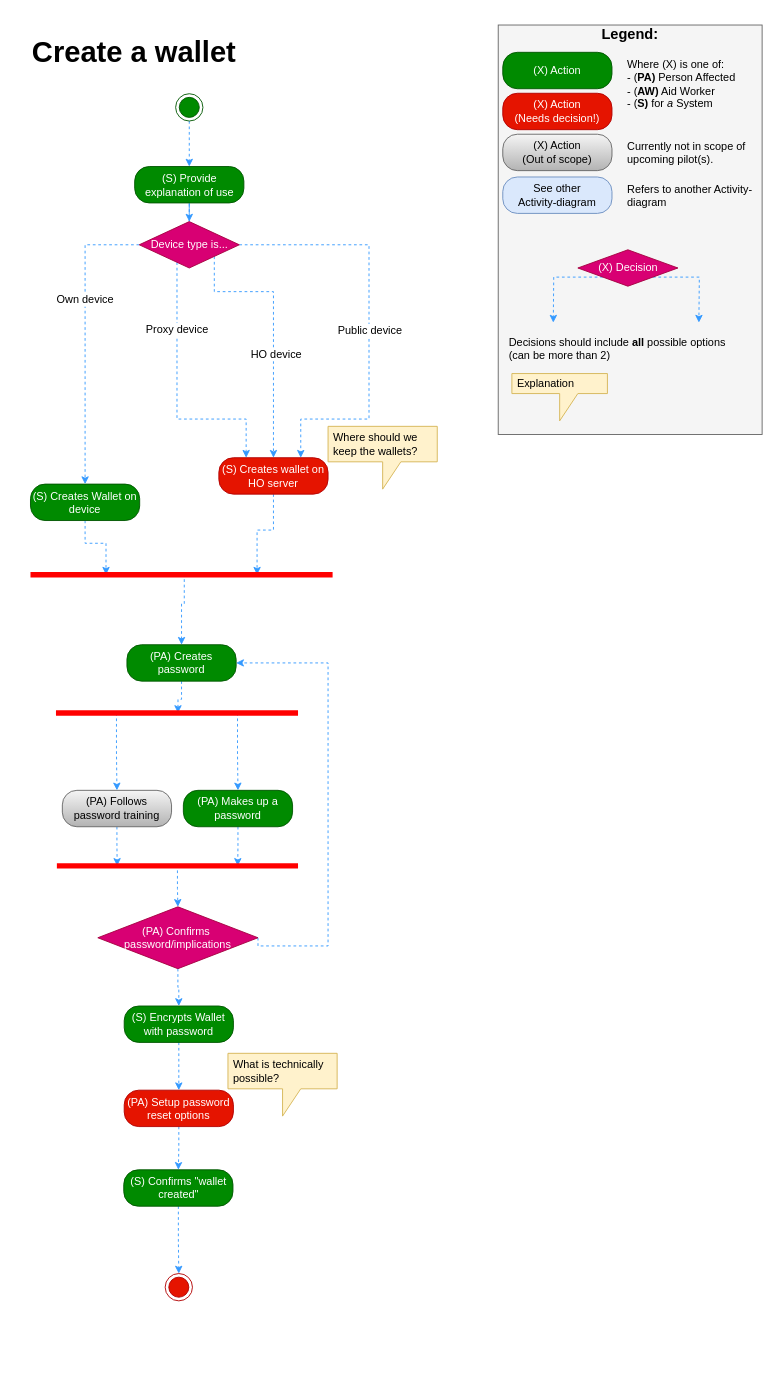
Before: Activity Diagrams/Create a wallet activity.drawio in nsward/diagrams, a draw.io diagram. Source tidied: cells renumbered, new cells numbered last; positions are measured from the earlier drawing's top-left corner, leaving out a move shared by most shapes. Both pictures are drawn from the tidied source at 91%, with x=0, y=0 at pixel (15, 15).
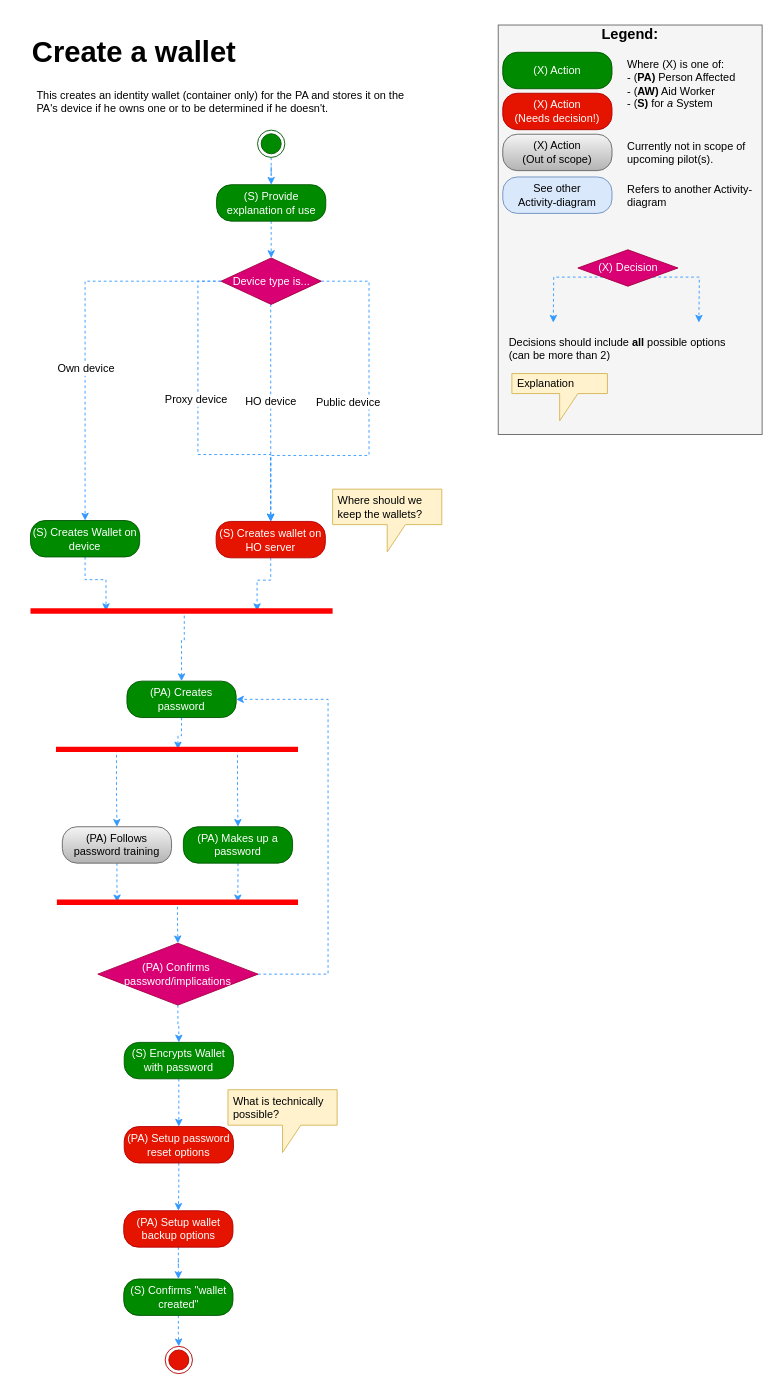
The same page after the edit.

Commit message:
Add wallet backup step

Diff of the diagram source:
```diff
@@
     <mxCell id="3" style="ellipse;html=1;shape=endState;fillColor=#008a00;strokeColor=#005700;fontColor=#ffffff;" parent="1" vertex="1">
-      <mxGeometry x="175.5" y="85.5" width="30" height="30" as="geometry" />
+      <mxGeometry x="265.5" y="125.5" width="30" height="30" as="geometry" />
     </mxCell>
-    <mxCell id="4" style="edgeStyle=orthogonalEdgeStyle;rounded=0;jettySize=auto;html=1;dashed=1;strokeColor=#3399FF;entryX=0.5;entryY=0;entryDx=0;entryDy=0;" parent="1" edge="1" source="5" target="35">
-      <mxGeometry relative="1" as="geometry" />
+    <mxCell id="4" style="edgeStyle=orthogonalEdgeStyle;rounded=0;jettySize=auto;html=1;dashed=1;strokeColor=#3399FF;entryX=0.5;entryY=0;entryDx=0;entryDy=0;exitX=0.5;exitY=1;exitDx=0;exitDy=0;" parent="1" edge="1" source="5" target="35">
+      <mxGeometry relative="1" as="geometry">
+        <Array as="points">
+          <mxPoint x="281" y="240" />
+          <mxPoint x="281" y="240" />
+        </Array>
+      </mxGeometry>
     </mxCell>
     <mxCell id="5" value="(S) Provide explanation of use" style="rounded=1;whiteSpace=wrap;html=1;arcSize=40;fillColor=#008a00;strokeColor=#005700;fontColor=#ffffff;" parent="1" vertex="1">
-      <mxGeometry x="130.5" y="165.5" width="120" height="40" as="geometry" />
+      <mxGeometry x="220.5" y="185.5" width="120" height="40" as="geometry" />
     </mxCell>
@@
     <mxCell id="7" value="(S) Creates Wallet on device&lt;br&gt;" style="rounded=1;whiteSpace=wrap;html=1;arcSize=40;fillColor=#008a00;strokeColor=#005700;fontColor=#ffffff;" parent="1" vertex="1">
-      <mxGeometry x="16" y="514.5" width="120" height="40" as="geometry" />
+      <mxGeometry x="16" y="554.5" width="120" height="40" as="geometry" />
     </mxCell>
@@
     <mxCell id="9" value="(PA) Creates password" style="rounded=1;whiteSpace=wrap;html=1;arcSize=40;fillColor=#008a00;strokeColor=#005700;fontColor=#ffffff;" parent="1" vertex="1">
-      <mxGeometry x="122" y="691" width="120" height="40" as="geometry" />
+      <mxGeometry x="122" y="731" width="120" height="40" as="geometry" />
     </mxCell>
     <mxCell id="10" style="ellipse;html=1;shape=endState;fillColor=#e51400;strokeColor=#B20000;fontColor=#ffffff;" parent="1" vertex="1">
-      <mxGeometry x="164" y="1382" width="30" height="30" as="geometry" />
+      <mxGeometry x="164" y="1462" width="30" height="30" as="geometry" />
     </mxCell>
@@
     <mxCell id="13" style="shape=line;html=1;strokeWidth=6;strokeColor=#ff0000;fillColor=#008a00;fontColor=#ffffff;" parent="1" vertex="1">
-      <mxGeometry x="44" y="761" width="266" height="10" as="geometry" />
+      <mxGeometry x="44" y="801" width="266" height="10" as="geometry" />
     </mxCell>
@@
     <mxCell id="15" value="(PA) Follows password training" style="rounded=1;whiteSpace=wrap;html=1;arcSize=40;fillColor=#f5f5f5;strokeColor=#666666;gradientColor=#b3b3b3;" parent="1" vertex="1">
-      <mxGeometry x="51" y="851" width="120" height="40" as="geometry" />
+      <mxGeometry x="51" y="891" width="120" height="40" as="geometry" />
     </mxCell>
@@
     <mxCell id="17" value="(PA) Makes up a password" style="rounded=1;whiteSpace=wrap;html=1;arcSize=40;fillColor=#008a00;strokeColor=#005700;fontColor=#ffffff;" parent="1" vertex="1">
-      <mxGeometry x="184" y="851" width="120" height="40" as="geometry" />
+      <mxGeometry x="184" y="891" width="120" height="40" as="geometry" />
     </mxCell>
@@
     <mxCell id="19" style="shape=line;html=1;strokeWidth=6;strokeColor=#ff0000;" parent="1" vertex="1">
-      <mxGeometry x="45" y="929" width="265" height="10" as="geometry" />
+      <mxGeometry x="45" y="969" width="265" height="10" as="geometry" />
     </mxCell>
@@
     <mxCell id="21" value="(S) Encrypts Wallet with password&lt;br&gt;" style="rounded=1;whiteSpace=wrap;html=1;arcSize=40;fillColor=#008a00;strokeColor=#005700;fontColor=#ffffff;" parent="1" vertex="1">
-      <mxGeometry x="119" y="1088" width="120" height="40" as="geometry" />
+      <mxGeometry x="119" y="1128" width="120" height="40" as="geometry" />
     </mxCell>
@@
     <mxCell id="23" value="(S) Confirms &quot;wallet created&quot;&lt;br&gt;" style="rounded=1;whiteSpace=wrap;html=1;arcSize=40;fillColor=#008a00;strokeColor=#005700;fontColor=#ffffff;" parent="1" vertex="1">
-      <mxGeometry x="118.5" y="1268" width="120" height="40" as="geometry" />
+      <mxGeometry x="118.5" y="1388" width="120" height="40" as="geometry" />
     </mxCell>
@@
     <mxCell id="25" style="edgeStyle=orthogonalEdgeStyle;rounded=0;jettySize=auto;html=1;exitX=1;exitY=0.5;exitDx=0;exitDy=0;entryX=1;entryY=0.5;entryDx=0;entryDy=0;dashed=1;strokeColor=#3399FF;fontColor=#000000;" parent="1" edge="1" source="26" target="9">
       <mxGeometry relative="1" as="geometry">
         <Array as="points">
-          <mxPoint x="343" y="1022" />
-          <mxPoint x="343" y="711" />
+          <mxPoint x="343" y="1053" />
+          <mxPoint x="343" y="751" />
         </Array>
       </mxGeometry>
     </mxCell>
     <mxCell id="26" value="(PA) Confirms&amp;nbsp; password/implications" style="rhombus;whiteSpace=wrap;html=1;fillColor=#d80073;strokeColor=#A50040;fontColor=#ffffff;" parent="1" vertex="1">
-      <mxGeometry x="90" y="979" width="176" height="68" as="geometry" />
+      <mxGeometry x="90" y="1019" width="176" height="68" as="geometry" />
     </mxCell>
-    <mxCell id="27" style="edgeStyle=orthogonalEdgeStyle;rounded=0;jettySize=auto;html=1;exitX=1;exitY=1;exitDx=0;exitDy=0;entryX=0.5;entryY=0;entryDx=0;entryDy=0;dashed=1;strokeColor=#3399FF;fontColor=#000000;" parent="1" edge="1" source="35" target="37">
-      <mxGeometry relative="1" as="geometry">
-        <Array as="points">
-          <mxPoint x="218" y="303" />
-          <mxPoint x="283" y="303" />
-        </Array>
-      </mxGeometry>
-    </mxCell>
-    <mxCell id="28" value="HO device" style="text;html=1;align=center;verticalAlign=middle;labelBackgroundColor=#ffffff;" parent="27" vertex="1">
-      <mxGeometry x="0.08" y="-18" relative="1" as="geometry">
-        <mxPoint x="20" y="17" as="offset" />
-      </mxGeometry>
-    </mxCell>
-    <mxCell id="29" style="edgeStyle=orthogonalEdgeStyle;rounded=0;jettySize=auto;html=1;entryX=0.25;entryY=0;entryDx=0;entryDy=0;dashed=1;strokeColor=#3399FF;fontColor=#000000;" parent="1" edge="1" source="35" target="37">
-      <mxGeometry relative="1" as="geometry">
-        <Array as="points">
-          <mxPoint x="177" y="443" />
-          <mxPoint x="253" y="443" />
-        </Array>
-      </mxGeometry>
-    </mxCell>
-    <mxCell id="30" value="Proxy device" style="text;html=1;align=center;verticalAlign=middle;labelBackgroundColor=#ffffff;" parent="29" vertex="1">
-      <mxGeometry x="-0.49" y="-1" relative="1" as="geometry" />
-    </mxCell>
     <mxCell id="31" style="edgeStyle=orthogonalEdgeStyle;rounded=0;jettySize=auto;html=1;exitX=0;exitY=0.5;exitDx=0;exitDy=0;entryX=0.5;entryY=0;entryDx=0;entryDy=0;dashed=1;strokeColor=#3399FF;fontColor=#000000;" parent="1" edge="1" source="35" target="7">
       <mxGeometry relative="1" as="geometry">
         <Array as="points">
-          <mxPoint x="76" y="252" />
+          <mxPoint x="76" y="292" />
         </Array>
       </mxGeometry>
     </mxCell>
     <mxCell id="32" value="Own device" style="text;html=1;align=center;verticalAlign=middle;labelBackgroundColor=#ffffff;" parent="31" vertex="1">
-      <mxGeometry x="-0.26" y="-1" relative="1" as="geometry" />
+      <mxGeometry x="-0.26" y="-1" relative="1" as="geometry">
+        <mxPoint x="1" y="92" as="offset" />
+      </mxGeometry>
     </mxCell>
-    <mxCell id="33" style="edgeStyle=orthogonalEdgeStyle;rounded=0;jettySize=auto;html=1;entryX=0.75;entryY=0;entryDx=0;entryDy=0;dashed=1;strokeColor=#3399FF;exitX=1;exitY=0.5;exitDx=0;exitDy=0;" parent="1" edge="1" source="35" target="37">
+    <mxCell id="33" style="edgeStyle=orthogonalEdgeStyle;rounded=0;jettySize=auto;html=1;entryX=0.5;entryY=0;entryDx=0;entryDy=0;dashed=1;strokeColor=#3399FF;exitX=1;exitY=0.5;exitDx=0;exitDy=0;" parent="1" edge="1" source="35" target="37">
       <mxGeometry relative="1" as="geometry">
         <Array as="points">
-          <mxPoint x="388" y="252" />
-          <mxPoint x="388" y="443" />
-          <mxPoint x="313" y="443" />
+          <mxPoint x="388" y="292" />
+          <mxPoint x="388" y="483" />
+          <mxPoint x="280" y="483" />
         </Array>
       </mxGeometry>
     </mxCell>
     <mxCell id="34" value="Public device" style="text;html=1;align=center;verticalAlign=middle;labelBackgroundColor=#ffffff;" parent="33" vertex="1">
       <mxGeometry x="0.58" y="-18" relative="1" as="geometry">
-        <mxPoint x="23.5" y="-80" as="offset" />
+        <mxPoint x="67.5" y="-40.5" as="offset" />
       </mxGeometry>
     </mxCell>
+    <mxCell id="59" style="edgeStyle=orthogonalEdgeStyle;rounded=0;jettySize=auto;html=1;entryX=0.5;entryY=0;entryDx=0;entryDy=0;dashed=1;strokeColor=#3399FF;" parent="1" edge="1" source="35" target="37">
+      <mxGeometry relative="1" as="geometry">
+        <Array as="points">
+          <mxPoint x="280" y="421" />
+        </Array>
+      </mxGeometry>
+    </mxCell>
+    <mxCell id="28" value="HO device" style="text;html=1;align=center;verticalAlign=middle;labelBackgroundColor=#ffffff;" parent="59" vertex="1">
+      <mxGeometry x="-0.24" y="-1" relative="1" as="geometry">
+        <mxPoint y="16" as="offset" />
+      </mxGeometry>
+    </mxCell>
+    <mxCell id="60" style="edgeStyle=orthogonalEdgeStyle;rounded=0;jettySize=auto;html=1;exitX=0;exitY=0.5;exitDx=0;exitDy=0;entryX=0.5;entryY=0;entryDx=0;entryDy=0;dashed=1;strokeColor=#3399FF;" parent="1" edge="1" source="35" target="37">
+      <mxGeometry relative="1" as="geometry">
+        <Array as="points">
+          <mxPoint x="200" y="292" />
+          <mxPoint x="200" y="482" />
+          <mxPoint x="280" y="482" />
+        </Array>
+      </mxGeometry>
+    </mxCell>
+    <mxCell id="30" value="Proxy device" style="text;html=1;align=center;verticalAlign=middle;labelBackgroundColor=#ffffff;" parent="60" vertex="1">
+      <mxGeometry x="-0.26" y="-19" relative="1" as="geometry">
+        <mxPoint x="16" y="18.5" as="offset" />
+      </mxGeometry>
+    </mxCell>
     <mxCell id="35" value="Device type is..." style="rhombus;whiteSpace=wrap;html=1;fillColor=#d80073;strokeColor=#A50040;fontColor=#ffffff;" parent="1" vertex="1">
-      <mxGeometry x="135.5" y="226" width="110" height="51" as="geometry" />
+      <mxGeometry x="225.5" y="266" width="110" height="51" as="geometry" />
     </mxCell>
@@
     <mxCell id="37" value="(S) Creates wallet on HO server&lt;br&gt;" style="rounded=1;whiteSpace=wrap;html=1;arcSize=40;fillColor=#e51400;strokeColor=#B20000;fontColor=#ffffff;" parent="1" vertex="1">
-      <mxGeometry x="223" y="485.5" width="120" height="40" as="geometry" />
+      <mxGeometry x="220" y="555.5" width="120" height="40" as="geometry" />
     </mxCell>
-    <mxCell id="38" style="edgeStyle=orthogonalEdgeStyle;rounded=0;jettySize=auto;html=1;exitX=0.5;exitY=1;exitDx=0;exitDy=0;entryX=0.5;entryY=0;entryDx=0;entryDy=0;dashed=1;strokeColor=#3399FF;" parent="1" edge="1" source="39" target="23">
+    <mxCell id="38" style="edgeStyle=orthogonalEdgeStyle;rounded=0;jettySize=auto;html=1;exitX=0.5;exitY=1;exitDx=0;exitDy=0;entryX=0.5;entryY=0;entryDx=0;entryDy=0;dashed=1;strokeColor=#3399FF;" parent="1" edge="1" source="39" target="63">
       <mxGeometry relative="1" as="geometry" />
     </mxCell>
     <mxCell id="39" value="(PA) Setup password reset options" style="rounded=1;whiteSpace=wrap;html=1;arcSize=40;fillColor=#e51400;strokeColor=#B20000;fontColor=#ffffff;" parent="1" vertex="1">
-      <mxGeometry x="119" y="1180.5" width="120" height="40" as="geometry" />
+      <mxGeometry x="119" y="1220.5" width="120" height="40" as="geometry" />
     </mxCell>
     <mxCell id="40" value="Where should we keep the wallets?" style="shape=callout;whiteSpace=wrap;html=1;perimeter=calloutPerimeter;align=left;strokeColor=#d6b656;fillColor=#fff2cc;spacingLeft=4;" parent="1" vertex="1">
-      <mxGeometry x="343" y="451" width="120" height="69" as="geometry" />
+      <mxGeometry x="348" y="520" width="120" height="69" as="geometry" />
     </mxCell>
@@
     <mxCell id="56" style="edgeStyle=orthogonalEdgeStyle;rounded=0;jettySize=auto;html=1;entryX=0.5;entryY=0;entryDx=0;entryDy=0;dashed=1;strokeColor=#3399FF;exitX=0.509;exitY=0.448;exitDx=0;exitDy=0;exitPerimeter=0;" parent="1" edge="1" source="57" target="9">
       <mxGeometry relative="1" as="geometry">
         <Array as="points">
-          <mxPoint x="185" y="646" />
-          <mxPoint x="182" y="646" />
+          <mxPoint x="185" y="686" />
+          <mxPoint x="182" y="686" />
         </Array>
       </mxGeometry>
     </mxCell>
     <mxCell id="57" style="shape=line;html=1;strokeWidth=6;strokeColor=#ff0000;" parent="1" vertex="1">
-      <mxGeometry x="16" y="604.5" width="332" height="19" as="geometry" />
+      <mxGeometry x="16" y="644.5" width="332" height="19" as="geometry" />
     </mxCell>
     <mxCell id="58" value="What is technically possible?" style="shape=callout;whiteSpace=wrap;html=1;perimeter=calloutPerimeter;align=left;strokeColor=#d6b656;fillColor=#fff2cc;spacingLeft=4;" parent="1" vertex="1">
-      <mxGeometry x="233" y="1140" width="120" height="69" as="geometry" />
+      <mxGeometry x="233" y="1180" width="120" height="69" as="geometry" />
     </mxCell>
+    <mxCell id="61" value="&lt;p&gt;This creates an identity wallet (container only) for the PA and stores it on the PA's device if he owns one or to be determined if he doesn't.&lt;/p&gt;" style="text;html=1;strokeColor=none;fillColor=none;spacing=8;spacingTop=-20;whiteSpace=wrap;overflow=hidden;rounded=0;align=left;" parent="1" vertex="1">
+      <mxGeometry x="15" y="76" width="432" height="57" as="geometry" />
+    </mxCell>
+    <mxCell id="62" style="edgeStyle=orthogonalEdgeStyle;rounded=0;jettySize=auto;html=1;entryX=0.5;entryY=0;entryDx=0;entryDy=0;dashed=1;strokeColor=#3399FF;" parent="1" edge="1" source="63" target="23">
+      <mxGeometry relative="1" as="geometry" />
+    </mxCell>
+    <mxCell id="63" value="(PA) Setup wallet backup options" style="rounded=1;whiteSpace=wrap;html=1;arcSize=40;fillColor=#e51400;strokeColor=#B20000;fontColor=#ffffff;" parent="1" vertex="1">
+      <mxGeometry x="118.5" y="1313" width="120" height="40" as="geometry" />
+    </mxCell>
```
